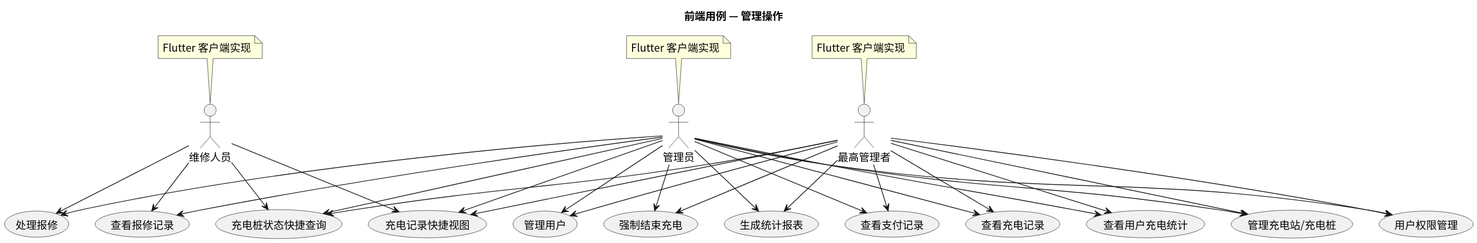
Earlier version of the PlantUML export usecase/docs/frontend/img/frontend_admin_usecases.svg (greenhandzdl/charging-station-doc).
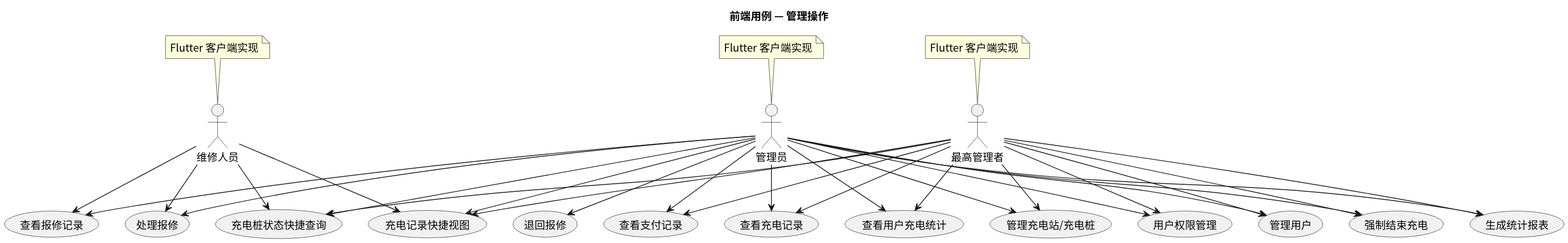
After the change.

Change to the diagram source:
```diff
@@ -24,6 +24,7 @@
 usecase "查看充电记录" as VCR
 usecase "充电记录快捷视图" as QV
 usecase "查看用户充电统计" as UCS
+usecase "退回报修" as RR
 
 A --> HR
 A --> VR
@@ -37,6 +38,7 @@
 A --> VCR
 A --> VPR
 A --> UCS
+A --> RR
 M --> HR
 M --> VR
 M --> QV
```
